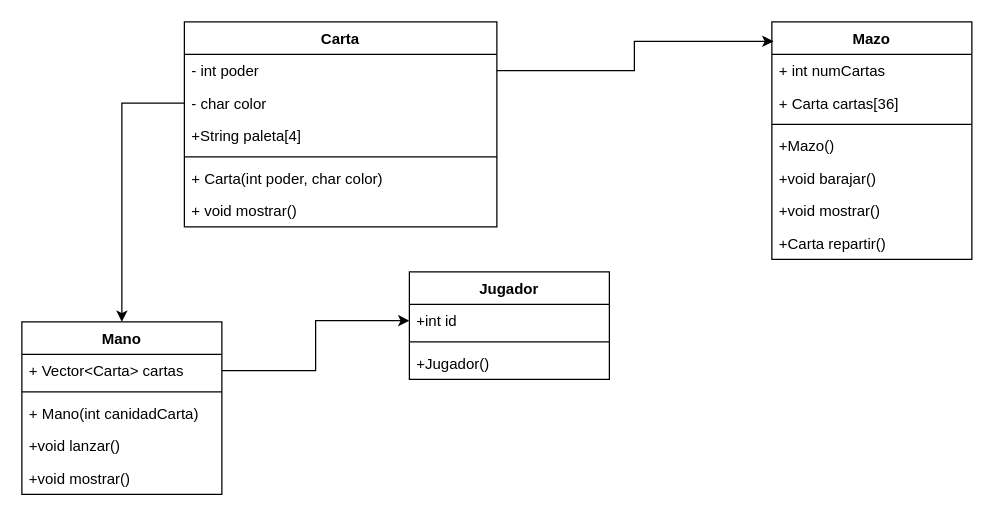
Above: Diagrama sin título.drawio in Samuel-ITM/test (draw.io), before the change. Source tidied: cells renumbered, new cells numbered last; positions are measured from the earlier drawing's top-left corner, leaving out a move shared by most shapes. Both pictures are drawn from the tidied source at 125%, with x=0, y=0 at pixel (21, 21).
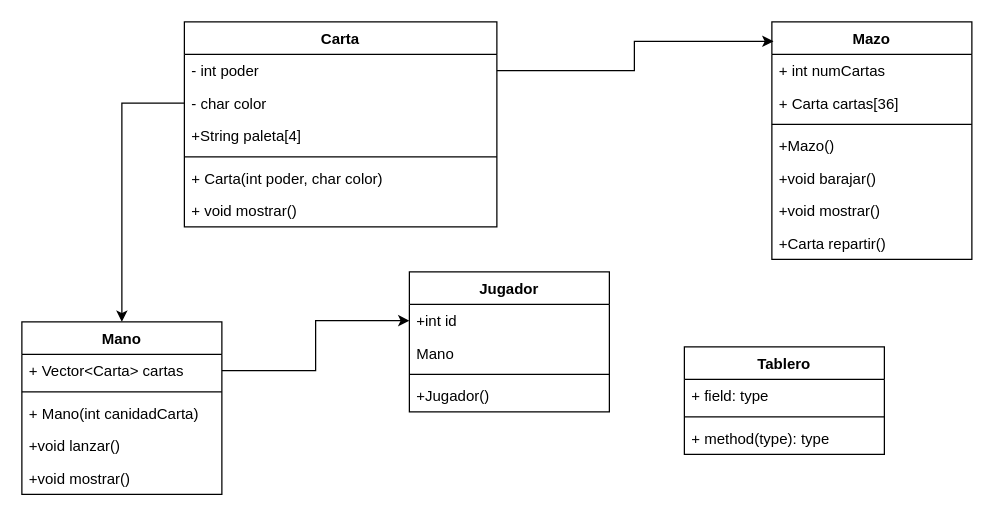
Above is the later version.

The edit, as a diff of the source:
```diff
@@
     <mxCell id="17" value="Jugador" style="swimlane;fontStyle=1;align=center;verticalAlign=top;horizontal=1;startSize=26;whiteSpace=wrap;html=1;" parent="1" vertex="1">
-      <mxGeometry x="310" y="200" width="160" height="86" as="geometry" />
+      <mxGeometry x="310" y="200" width="160" height="112" as="geometry" />
     </mxCell>
@@
+    <mxCell id="30" value="Mano" style="text;strokeColor=none;fillColor=none;align=left;verticalAlign=top;spacingLeft=4;spacingRight=4;overflow=hidden;whiteSpace=wrap;html=1;" parent="17" vertex="1">
+      <mxGeometry y="52" width="160" height="26" as="geometry" />
+    </mxCell>
     <mxCell id="19" style="line;strokeWidth=1;fillColor=none;align=left;verticalAlign=middle;spacingTop=-1;spacingLeft=3;spacingRight=3;labelPosition=right;strokeColor=inherit;" parent="17" vertex="1">
-      <mxGeometry y="52" width="160" height="8" as="geometry" />
+      <mxGeometry y="78" width="160" height="8" as="geometry" />
     </mxCell>
     <mxCell id="20" value="+Jugador()" style="text;strokeColor=none;fillColor=none;align=left;verticalAlign=top;spacingLeft=4;spacingRight=4;overflow=hidden;whiteSpace=wrap;html=1;" parent="17" vertex="1">
-      <mxGeometry y="60" width="160" height="26" as="geometry" />
+      <mxGeometry y="86" width="160" height="26" as="geometry" />
     </mxCell>
@@
+    <mxCell id="31" value="Tablero" style="swimlane;fontStyle=1;align=center;verticalAlign=top;horizontal=1;startSize=26;whiteSpace=wrap;html=1;" parent="1" vertex="1">
+      <mxGeometry x="530" y="260" width="160" height="86" as="geometry" />
+    </mxCell>
+    <mxCell id="32" value="+ field: type" style="text;strokeColor=none;fillColor=none;align=left;verticalAlign=top;spacingLeft=4;spacingRight=4;overflow=hidden;whiteSpace=wrap;html=1;" parent="31" vertex="1">
+      <mxGeometry y="26" width="160" height="26" as="geometry" />
+    </mxCell>
+    <mxCell id="33" style="line;strokeWidth=1;fillColor=none;align=left;verticalAlign=middle;spacingTop=-1;spacingLeft=3;spacingRight=3;labelPosition=right;strokeColor=inherit;" parent="31" vertex="1">
+      <mxGeometry y="52" width="160" height="8" as="geometry" />
+    </mxCell>
+    <mxCell id="34" value="+ method(type): type" style="text;strokeColor=none;fillColor=none;align=left;verticalAlign=top;spacingLeft=4;spacingRight=4;overflow=hidden;whiteSpace=wrap;html=1;" parent="31" vertex="1">
+      <mxGeometry y="60" width="160" height="26" as="geometry" />
+    </mxCell>
```
